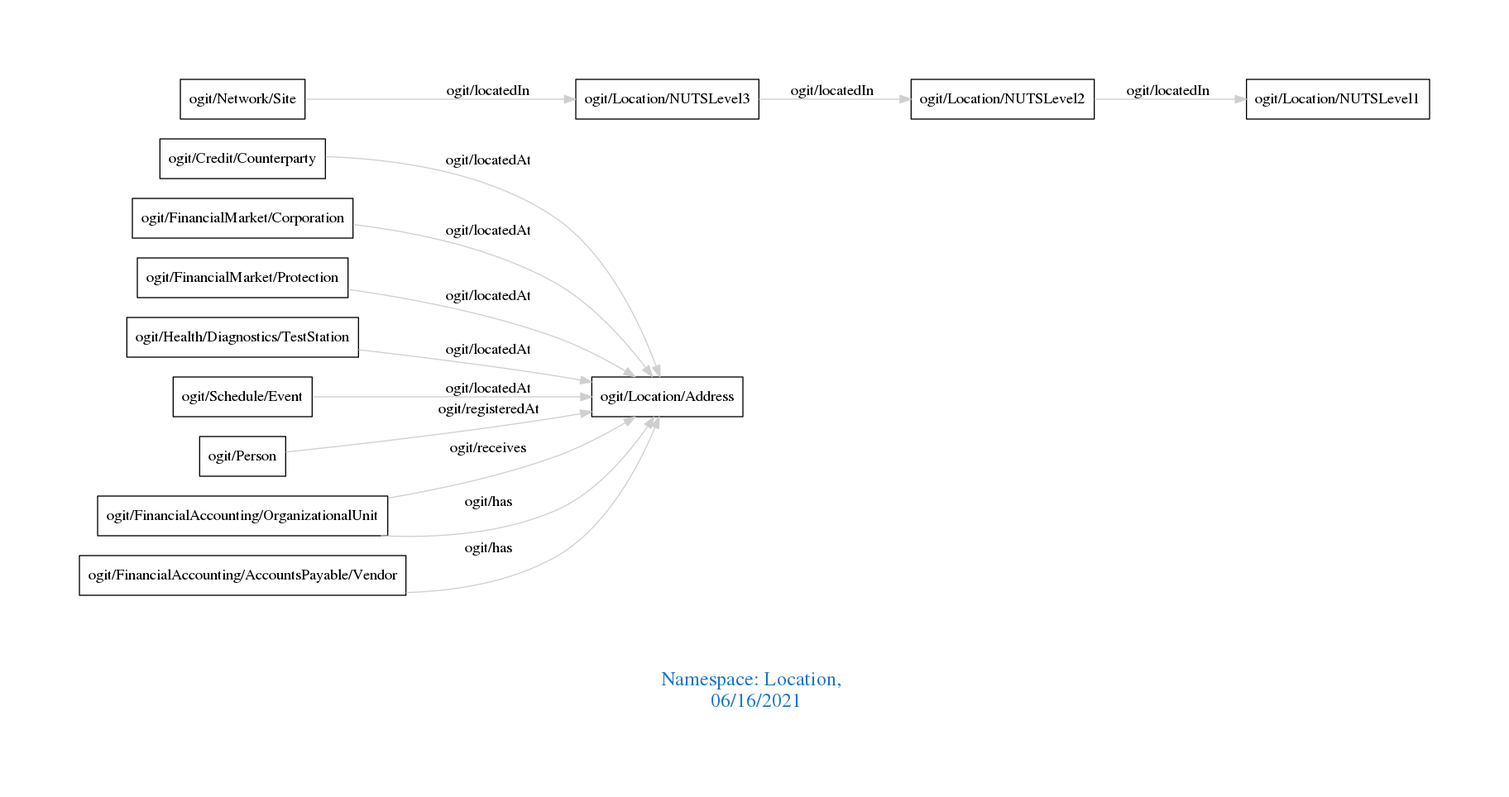
Above: downloads/Location.png in arago/OGIT (Graphviz), before the change. Its source is kept beside it as downloads/Location.dot.
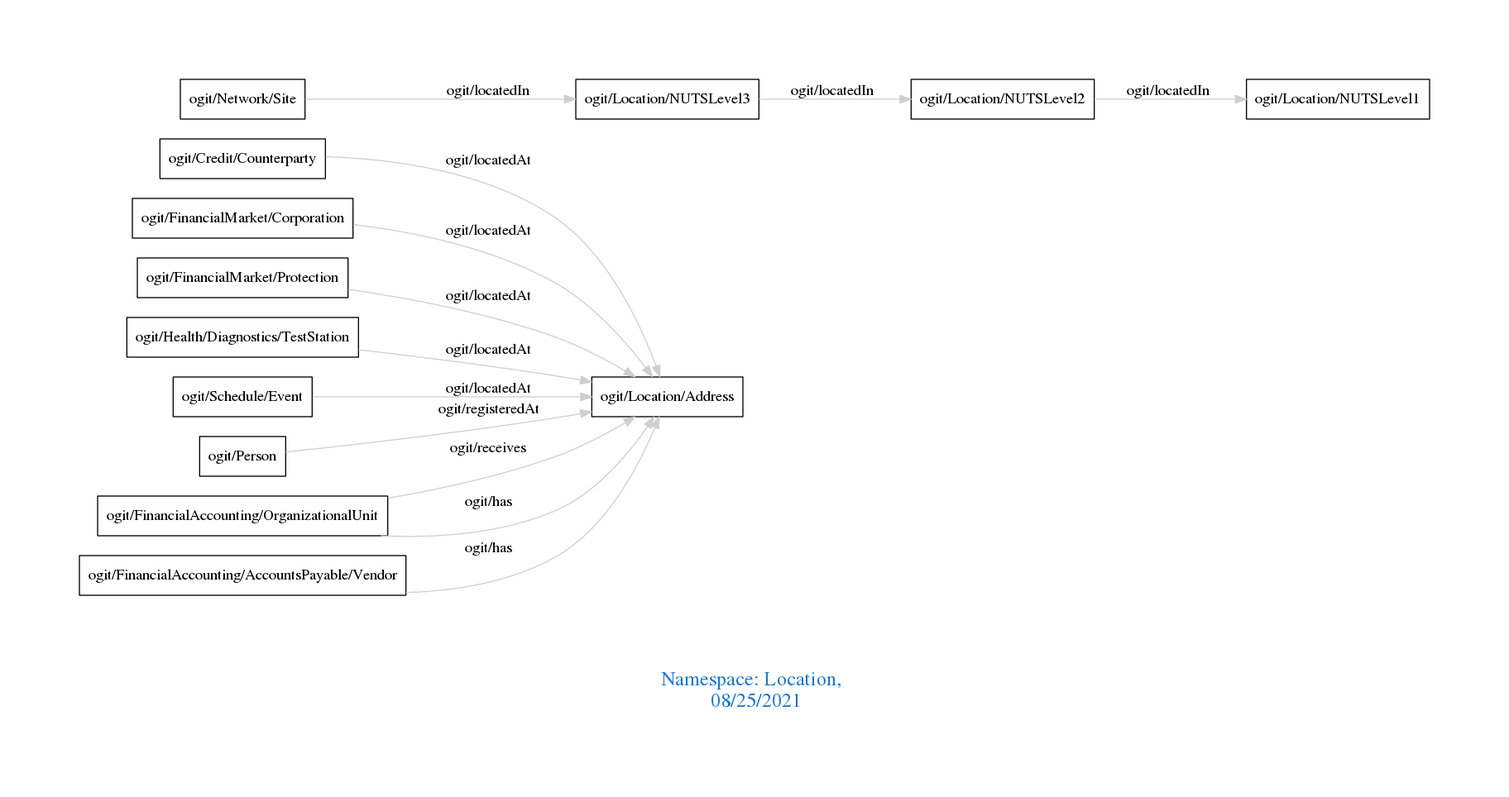
The same diagram one commit later.

The edit, as a diff of the source:
```diff
@@ -1,7 +1,7 @@
 digraph OGIT_ontology {
  graph [ rankdir= LR,pad=1
 fontsize = 18,
-fontcolor= dodgerblue3,label = "\n\n\nNamespace: Location, \n 06/16/2021"];
+fontcolor= dodgerblue3,label = "\n\n\nNamespace: Location, \n 08/25/2021"];
 node[shape=polygon];
 edge [  color="gray81"];
 
```
